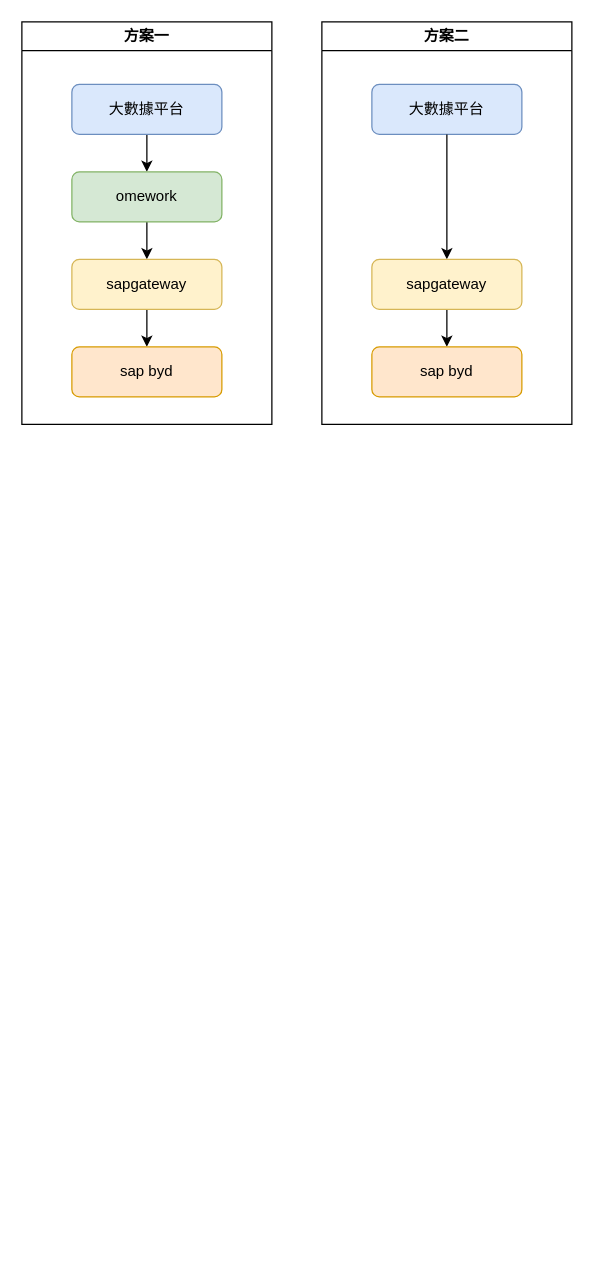
wingtian/SAP_F keeps this draw.io diagram as BI方案.drawio. Above is the earlier version. Source tidied: cells renumbered, new cells numbered last; positions are measured from the earlier drawing's top-left corner, leaving out a move shared by most shapes. Both pictures are drawn from the tidied source at 125%, with x=0, y=0 at pixel (21, 21).
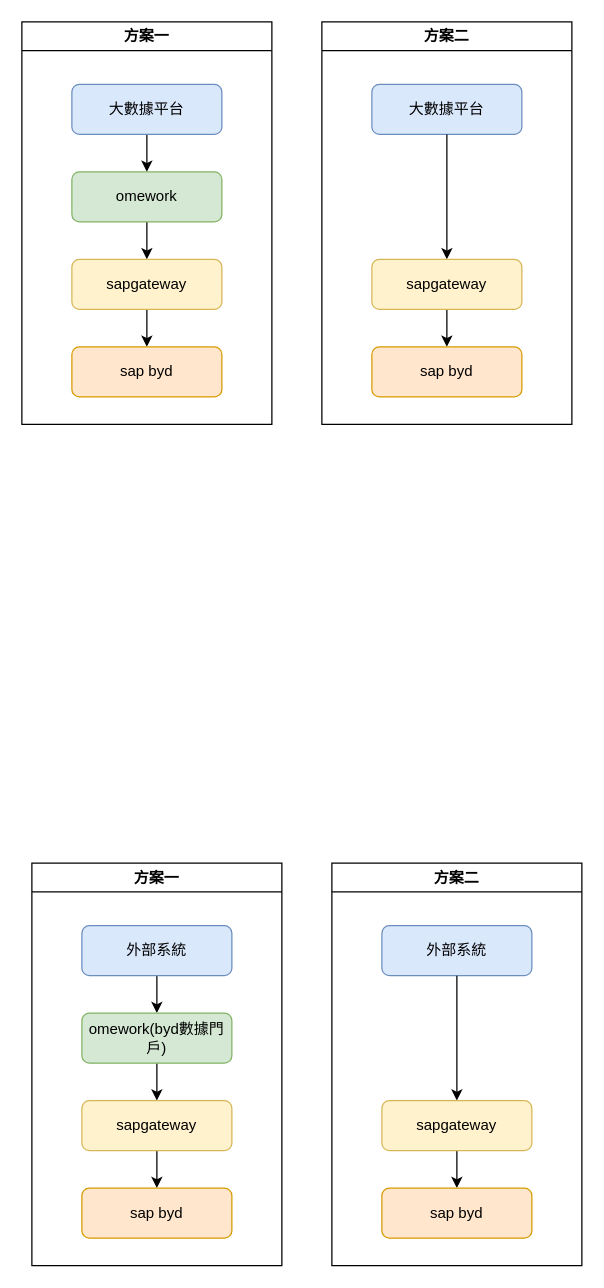
Above is the later version.

Change to the diagram source:
```diff
@@
+    <mxCell id="16" value="方案一" style="swimlane;whiteSpace=wrap;html=1;" parent="1" vertex="1">
+      <mxGeometry x="8" y="673" width="200" height="322" as="geometry" />
+    </mxCell>
+    <mxCell id="17" style="edgeStyle=orthogonalEdgeStyle;rounded=0;jettySize=auto;html=1;entryX=0.5;entryY=0;entryDx=0;entryDy=0;" parent="16" edge="1" source="18" target="20">
+      <mxGeometry relative="1" as="geometry" />
+    </mxCell>
+    <mxCell id="18" value="外部系統" style="rounded=1;whiteSpace=wrap;html=1;fontSize=12;glass=0;strokeWidth=1;shadow=0;fillColor=#dae8fc;strokeColor=#6c8ebf;" parent="16" vertex="1">
+      <mxGeometry x="40" y="50" width="120" height="40" as="geometry" />
+    </mxCell>
+    <mxCell id="19" style="edgeStyle=orthogonalEdgeStyle;rounded=0;jettySize=auto;html=1;" parent="16" edge="1" source="20" target="22">
+      <mxGeometry relative="1" as="geometry" />
+    </mxCell>
+    <mxCell id="20" value="omework(byd數據門戶)" style="rounded=1;whiteSpace=wrap;html=1;fontSize=12;glass=0;strokeWidth=1;shadow=0;fillColor=#d5e8d4;strokeColor=#82b366;" parent="16" vertex="1">
+      <mxGeometry x="40" y="120" width="120" height="40" as="geometry" />
+    </mxCell>
+    <mxCell id="21" style="edgeStyle=orthogonalEdgeStyle;rounded=0;jettySize=auto;html=1;" parent="16" edge="1" source="22" target="23">
+      <mxGeometry relative="1" as="geometry" />
+    </mxCell>
+    <mxCell id="22" value="sapgateway" style="rounded=1;whiteSpace=wrap;html=1;fontSize=12;glass=0;strokeWidth=1;shadow=0;fillColor=#fff2cc;strokeColor=#d6b656;" parent="16" vertex="1">
+      <mxGeometry x="40" y="190" width="120" height="40" as="geometry" />
+    </mxCell>
+    <mxCell id="23" value="sap&amp;nbsp;byd" style="rounded=1;whiteSpace=wrap;html=1;fontSize=12;glass=0;strokeWidth=1;shadow=0;fillColor=#ffe6cc;strokeColor=#d79b00;" parent="16" vertex="1">
+      <mxGeometry x="40" y="260" width="120" height="40" as="geometry" />
+    </mxCell>
+    <mxCell id="24" value="方案二" style="swimlane;whiteSpace=wrap;html=1;" parent="1" vertex="1">
+      <mxGeometry x="248" y="673" width="200" height="322" as="geometry" />
+    </mxCell>
+    <mxCell id="25" value="外部系統" style="rounded=1;whiteSpace=wrap;html=1;fontSize=12;glass=0;strokeWidth=1;shadow=0;fillColor=#dae8fc;strokeColor=#6c8ebf;" parent="24" vertex="1">
+      <mxGeometry x="40" y="50" width="120" height="40" as="geometry" />
+    </mxCell>
+    <mxCell id="26" style="edgeStyle=orthogonalEdgeStyle;rounded=0;jettySize=auto;html=1;exitX=0.5;exitY=1;exitDx=0;exitDy=0;" parent="24" edge="1" source="25" target="28">
+      <mxGeometry relative="1" as="geometry" />
+    </mxCell>
+    <mxCell id="27" style="edgeStyle=orthogonalEdgeStyle;rounded=0;jettySize=auto;html=1;" parent="24" edge="1" source="28" target="29">
+      <mxGeometry relative="1" as="geometry" />
+    </mxCell>
+    <mxCell id="28" value="sapgateway" style="rounded=1;whiteSpace=wrap;html=1;fontSize=12;glass=0;strokeWidth=1;shadow=0;fillColor=#fff2cc;strokeColor=#d6b656;" parent="24" vertex="1">
+      <mxGeometry x="40" y="190" width="120" height="40" as="geometry" />
+    </mxCell>
+    <mxCell id="29" value="sap&amp;nbsp;byd" style="rounded=1;whiteSpace=wrap;html=1;fontSize=12;glass=0;strokeWidth=1;shadow=0;fillColor=#ffe6cc;strokeColor=#d79b00;" parent="24" vertex="1">
+      <mxGeometry x="40" y="260" width="120" height="40" as="geometry" />
+    </mxCell>
```
